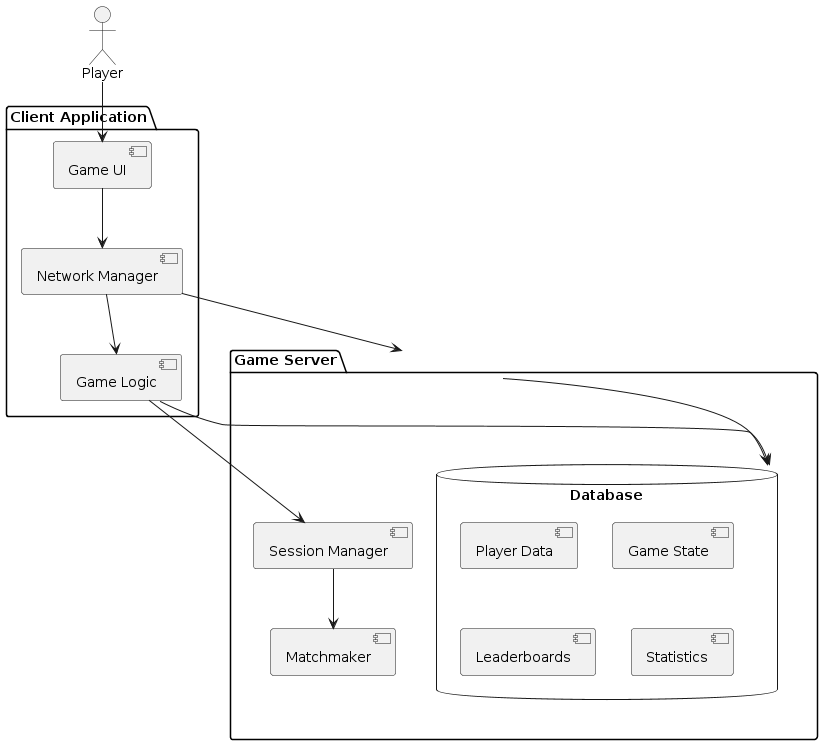
This is doc/design/figures/hld_arch.png from InspireCraft/ProjectOMG, a PlantUML export, as it was before one commit.
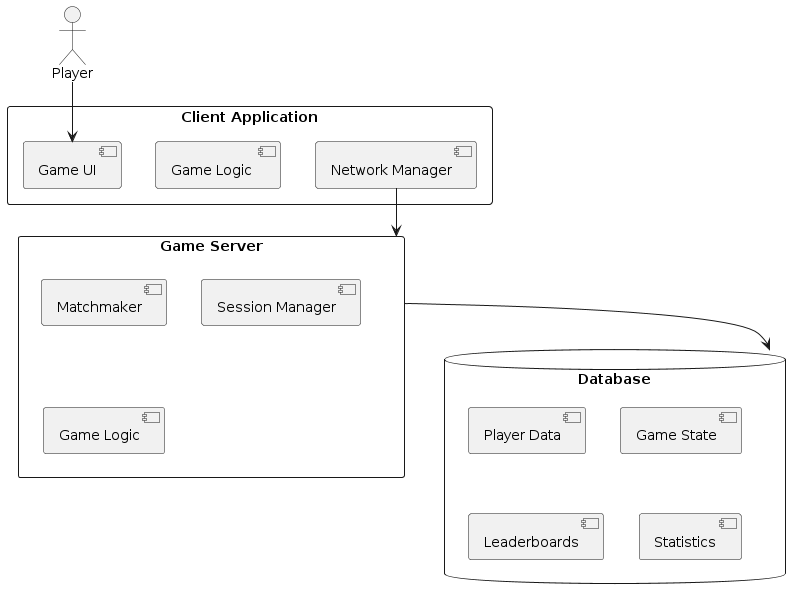
After the change.

What changed in the source:
```diff
@@ -1,15 +1,16 @@
 @startuml
 actor Player
 
-package "Client Application" {
-  [Game UI] --> [Network Manager]
-  [Network Manager] --> [Game Logic]
+rectangle "Client Application" {
+  [Game UI]
+  [Game Logic ]
+[Network Manager]
 }
 
-package "Game Server" {
-  [Game Logic] --> [Session Manager]
-  [Session Manager] --> [Matchmaker]
-  [Game Logic] --> [Database]
+rectangle "Game Server" {
+  [Matchmaker]
+  [Session Manager]
+  [Game Logic]
 }
 
 database "Database" {
```
